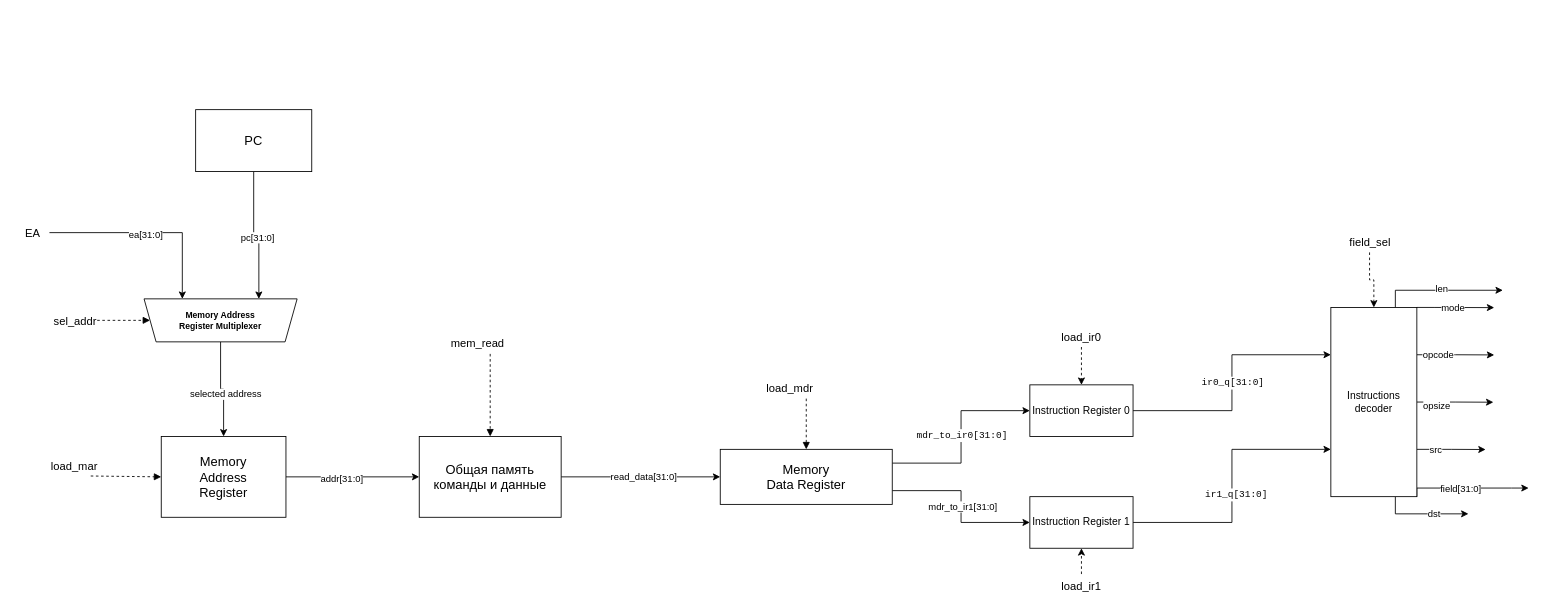
Earlier version of the draw.io diagram scheme.drawio (LischenerKS/scheme). Source tidied: cells renumbered, new cells numbered last; positions are measured from the earlier drawing's top-left corner, leaving out a move shared by most shapes. Both pictures are drawn from the tidied source at 86%, with x=0, y=0 at pixel (15, 109).
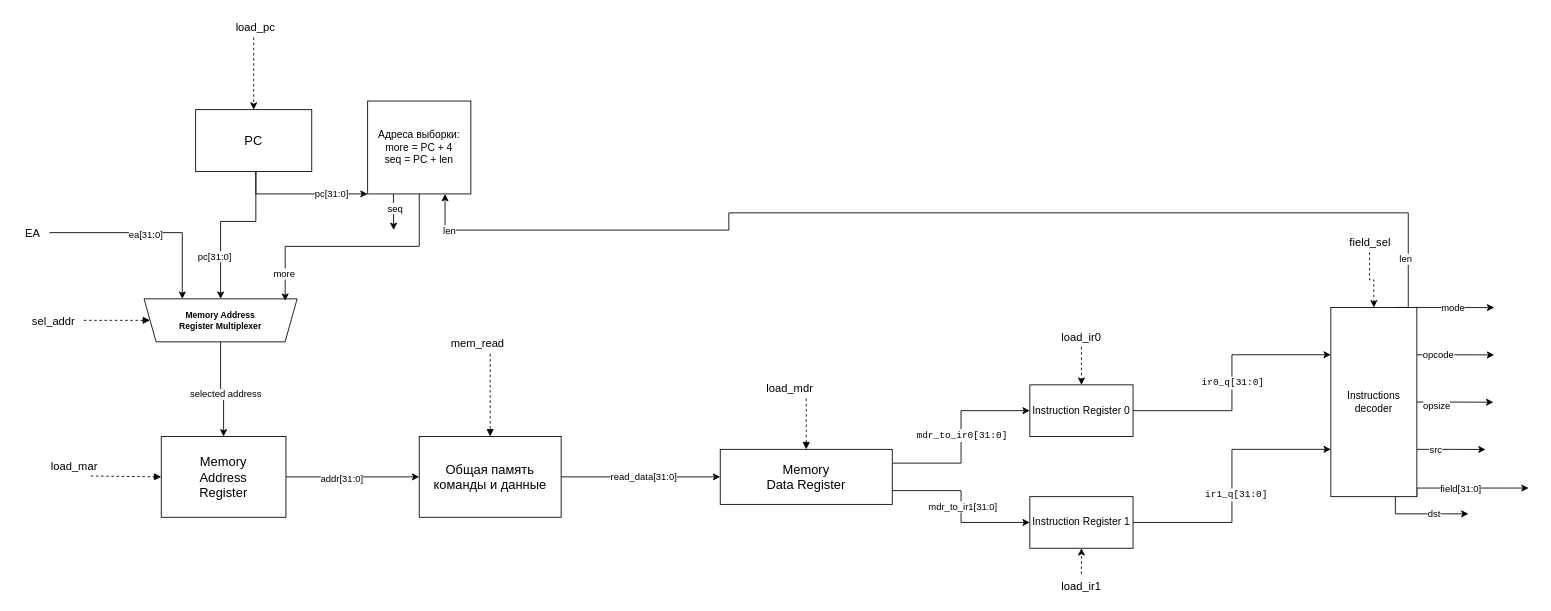
After the change.

Commit message:
add more and seq block

Unchanged cells that the change refers to:
```xml
<mxCell id="4" value="PC" style="rounded=0;whiteSpace=wrap;html=0;fontSize=15;" parent="1" vertex="1">
  <mxGeometry x="210" width="135" height="72" as="geometry" />
</mxCell>
<mxCell id="26" value="&lt;div&gt;Memory Address&lt;/div&gt;&lt;div&gt;Register Multiplexer&lt;/div&gt;" style="shape=trapezoid;perimeter=trapezoidPerimeter;whiteSpace=wrap;html=1;fixedSize=1;size=14;direction=west;fontSize=10;fontStyle=1;" parent="1" vertex="1">
  <mxGeometry x="150" y="220" width="178" height="50" as="geometry" />
</mxCell>
<mxCell id="54" value="Instructions decoder" style="rounded=0;whiteSpace=wrap;html=1;" parent="1" vertex="1">
  <mxGeometry x="1530" y="230" width="100" height="220" as="geometry" />
</mxCell>
```

Diff of the diagram source:
```diff
@@
-    <mxCell id="2" style="edgeStyle=orthogonalEdgeStyle;rounded=0;jettySize=auto;html=1;exitX=0.5;exitY=1;exitDx=0;exitDy=0;entryX=0.25;entryY=1;entryDx=0;entryDy=0;defaultLabelBackgroundColor=page;labelPadding=0 4;" parent="1" edge="1" source="4" target="26">
-      <mxGeometry relative="1" as="geometry" />
+    <mxCell id="2" style="edgeStyle=orthogonalEdgeStyle;rounded=0;jettySize=auto;html=1;exitX=0.5;exitY=1;exitDx=0;exitDy=0;entryX=0.5;entryY=1;entryDx=0;entryDy=0;defaultLabelBackgroundColor=page;labelPadding=0 4;" parent="1" edge="1" source="4" target="26">
+      <mxGeometry x="-0.22" relative="1" as="geometry">
+        <Array as="points">
+          <mxPoint x="280" y="72" />
+          <mxPoint x="280" y="130" />
+          <mxPoint x="239" y="130" />
+        </Array>
+      </mxGeometry>
     </mxCell>
     <mxCell id="3" value="pc[31:0]" style="edgeLabel;html=1;align=center;verticalAlign=middle;inheritText=1;defaultLabelBackgroundColor=page;labelPadding=0 4;" parent="2" vertex="1">
-      <mxGeometry x="0.01" y="-2" relative="1" as="geometry" />
+      <mxGeometry x="-0.21" y="-2" relative="1" as="geometry">
+        <mxPoint x="-33" y="42" as="offset" />
+      </mxGeometry>
     </mxCell>
+    <mxCell id="57" style="edgeStyle=orthogonalEdgeStyle;rounded=0;jettySize=auto;html=1;exitX=0.5;exitY=1;exitDx=0;exitDy=0;entryX=0;entryY=1;entryDx=0;entryDy=0;defaultLabelBackgroundColor=page;labelPadding=0 4;" parent="1" edge="1" source="4" target="63">
+      <mxGeometry x="0.02" relative="1" as="geometry">
+        <Array as="points">
+          <mxPoint x="280" y="72" />
+          <mxPoint x="280" y="98" />
+        </Array>
+      </mxGeometry>
+    </mxCell>
+    <mxCell id="58" value="pc[31:0]" style="edgeLabel;html=1;align=center;verticalAlign=middle;inheritText=1;defaultLabelBackgroundColor=page;labelPadding=0 4;" parent="57" vertex="1">
+      <mxGeometry x="0.46" y="1" relative="1" as="geometry" />
+    </mxCell>
@@
-    <mxCell id="16" value="            sel_addr" style="rounded=0;whiteSpace=wrap;html=0;fontSize=15;text;strokeColor=none;fillColor=none;fontSize=13;" parent="1" vertex="1">
-      <mxGeometry x="-0.5" y="232" width="96" height="26" as="geometry" />
+    <mxCell id="16" value="     sel_addr &#10;" style="rounded=0;whiteSpace=wrap;html=0;fontSize=15;text;strokeColor=none;fillColor=none;fontSize=13;" parent="1" vertex="1">
+      <mxGeometry x="-0.5" y="232" width="80.5" height="26" as="geometry" />
     </mxCell>
@@
-    <mxCell id="50" style="edgeStyle=orthogonalEdgeStyle;rounded=0;jettySize=auto;html=1;exitX=0.75;exitY=0;exitDx=0;exitDy=0;defaultLabelBackgroundColor=page;labelPadding=0 4;" parent="1" edge="1" source="54">
-      <mxGeometry x="0.3" relative="1" as="geometry">
-        <mxPoint x="1730" y="210" as="targetPoint" />
+    <mxCell id="50" style="edgeStyle=orthogonalEdgeStyle;rounded=0;jettySize=auto;html=1;exitX=0.75;exitY=0;exitDx=0;exitDy=0;defaultLabelBackgroundColor=page;labelPadding=0 4;entryX=0.75;entryY=1;entryDx=0;entryDy=0;" parent="1" edge="1" source="54" target="63">
+      <mxGeometry x="-0.32" relative="1" as="geometry">
         <Array as="points">
-          <mxPoint x="1605" y="210" />
+          <mxPoint x="1620" y="230" />
+          <mxPoint x="1620" y="120" />
+          <mxPoint x="830" y="120" />
+          <mxPoint x="830" y="140" />
+          <mxPoint x="500" y="140" />
         </Array>
       </mxGeometry>
     </mxCell>
-    <mxCell id="51" value="len" style="edgeLabel;html=1;align=center;verticalAlign=middle;inheritText=1;defaultLabelBackgroundColor=page;labelPadding=0 4;" parent="50" vertex="1">
-      <mxGeometry x="0.01" y="2" relative="1" as="geometry" />
-    </mxCell>
+    <mxCell id="59" value="len" style="edgeLabel;html=1;align=center;verticalAlign=middle;inheritText=1;defaultLabelBackgroundColor=page;labelPadding=0 4;" parent="50" vertex="1">
+      <mxGeometry x="-0.89" y="4" relative="1" as="geometry" />
+    </mxCell>
+    <mxCell id="60" value="len" style="edgeLabel;html=1;align=center;verticalAlign=middle;inheritText=1;defaultLabelBackgroundColor=page;labelPadding=0 4;" parent="50" vertex="1">
+      <mxGeometry x="0.93" relative="1" as="geometry" />
+    </mxCell>
@@
+    <mxCell id="61" style="edgeStyle=orthogonalEdgeStyle;rounded=0;jettySize=auto;html=1;exitX=0.25;exitY=1;exitDx=0;exitDy=0;defaultLabelBackgroundColor=page;labelPadding=0 4;" parent="1" edge="1" source="63">
+      <mxGeometry relative="1" as="geometry">
+        <mxPoint x="440.2" y="140" as="targetPoint" />
+      </mxGeometry>
+    </mxCell>
+    <mxCell id="62" value="seq" style="edgeLabel;html=1;align=center;verticalAlign=middle;inheritText=1;defaultLabelBackgroundColor=page;labelPadding=0 4;" parent="61" vertex="1">
+      <mxGeometry x="-0.23" y="1" relative="1" as="geometry" />
+    </mxCell>
+    <mxCell id="63" value="&lt;div&gt;Адреса выборки:&lt;/div&gt;&lt;div&gt;more = PC + 4&lt;/div&gt;&lt;div&gt;seq = PC + len&lt;/div&gt;" style="rounded=0;whiteSpace=wrap;html=1;" parent="1" vertex="1">
+      <mxGeometry x="410" y="-10" width="120" height="108" as="geometry" />
+    </mxCell>
+    <mxCell id="64" style="edgeStyle=orthogonalEdgeStyle;rounded=0;jettySize=auto;html=1;exitX=0.5;exitY=1;exitDx=0;exitDy=0;entryX=0.078;entryY=0.954;entryDx=0;entryDy=0;entryPerimeter=0;defaultLabelBackgroundColor=page;labelPadding=0 4;" parent="1" edge="1" source="63" target="26">
+      <mxGeometry relative="1" as="geometry" />
+    </mxCell>
+    <mxCell id="65" value="more" style="edgeLabel;html=1;align=center;verticalAlign=middle;inheritText=1;defaultLabelBackgroundColor=page;labelPadding=0 4;" parent="64" vertex="1">
+      <mxGeometry x="0.77" y="-2" relative="1" as="geometry" />
+    </mxCell>
+    <mxCell id="66" style="edgeStyle=orthogonalEdgeStyle;rounded=0;jettySize=auto;html=1;defaultLabelBackgroundColor=page;labelPadding=0 4;dashed=1;" parent="1" edge="1" source="67" target="4">
+      <mxGeometry relative="1" as="geometry" />
+    </mxCell>
+    <mxCell id="67" value="load_pc" style="rounded=0;whiteSpace=wrap;html=0;fontSize=15;text;strokeColor=none;fillColor=none;fontSize=13;" parent="1" vertex="1">
+      <mxGeometry x="255" y="-110" width="45" height="26" as="geometry" />
+    </mxCell>
```
